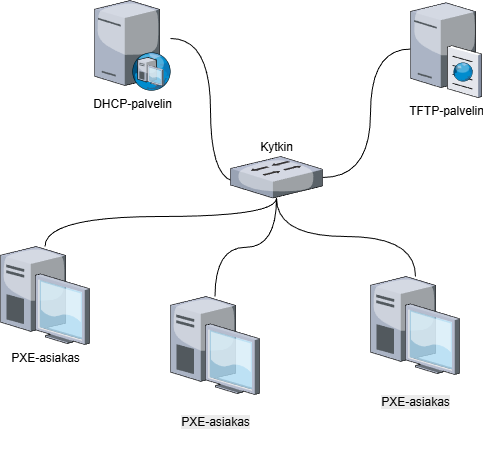
Before: PXEBoot.drawio.png, a diagram exported from draw.io (Raision-seudun-koulutuskuntayhtyma/Verkkoasennus). Source tidied: cells renumbered, new cells last; positions are measured from the earlier drawing's top-left corner, leaving out a move shared by most shapes.
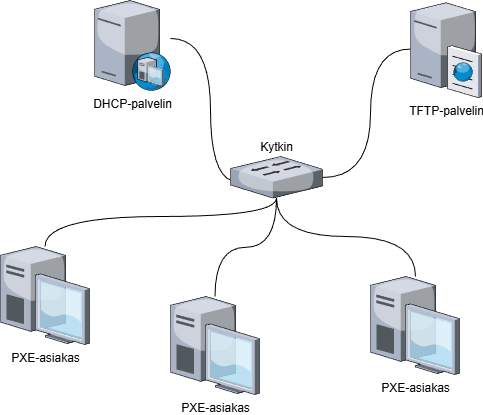
Above is the later version.

Change to the diagram source:
```diff
@@ -19,10 +19,10 @@
     <mxCell id="5" value="PXE-asiakas" style="verticalLabelPosition=bottom;sketch=0;html=1;verticalAlign=top;strokeColor=none;align=center;outlineConnect=0;shape=mxgraph.citrix.desktop;" parent="1" vertex="1">
       <mxGeometry y="246" width="89" height="98" as="geometry" />
     </mxCell>
-    <mxCell id="6" value="&#10;&lt;span style=&quot;color: rgb(0, 0, 0); font-family: Helvetica; font-size: 12px; font-style: normal; font-variant-ligatures: normal; font-variant-caps: normal; font-weight: 400; letter-spacing: normal; orphans: 2; text-align: center; text-indent: 0px; text-transform: none; widows: 2; word-spacing: 0px; -webkit-text-stroke-width: 0px; white-space: nowrap; background-color: rgb(236, 236, 236); text-decoration-thickness: initial; text-decoration-style: initial; text-decoration-color: initial; display: inline !important; float: none;&quot;&gt;PXE-asiakas&lt;/span&gt;&#10;&#10;" style="verticalLabelPosition=bottom;sketch=0;html=1;verticalAlign=top;strokeColor=none;align=center;outlineConnect=0;shape=mxgraph.citrix.desktop;" parent="1" vertex="1">
+    <mxCell id="6" value="PXE-asiakas" style="verticalLabelPosition=bottom;sketch=0;html=1;verticalAlign=top;strokeColor=none;align=center;outlineConnect=0;shape=mxgraph.citrix.desktop;" parent="1" vertex="1">
       <mxGeometry x="170" y="296" width="89" height="98" as="geometry" />
     </mxCell>
-    <mxCell id="7" value="&#10;&lt;span style=&quot;color: rgb(0, 0, 0); font-family: Helvetica; font-size: 12px; font-style: normal; font-variant-ligatures: normal; font-variant-caps: normal; font-weight: 400; letter-spacing: normal; orphans: 2; text-align: center; text-indent: 0px; text-transform: none; widows: 2; word-spacing: 0px; -webkit-text-stroke-width: 0px; white-space: nowrap; background-color: rgb(236, 236, 236); text-decoration-thickness: initial; text-decoration-style: initial; text-decoration-color: initial; display: inline !important; float: none;&quot;&gt;PXE-asiakas&lt;/span&gt;&#10;&#10;" style="verticalLabelPosition=bottom;sketch=0;html=1;verticalAlign=top;strokeColor=none;align=center;outlineConnect=0;shape=mxgraph.citrix.desktop;" parent="1" vertex="1">
+    <mxCell id="7" value="PXE-asiakas" style="verticalLabelPosition=bottom;sketch=0;html=1;verticalAlign=top;strokeColor=none;align=center;outlineConnect=0;shape=mxgraph.citrix.desktop;" parent="1" vertex="1">
       <mxGeometry x="370" y="276" width="89" height="98" as="geometry" />
     </mxCell>
     <mxCell id="8" style="edgeStyle=orthogonalEdgeStyle;rounded=0;jettySize=auto;html=1;entryX=0.078;entryY=0.607;entryDx=0;entryDy=0;entryPerimeter=0;curved=1;endArrow=none;endFill=0;" parent="1" edge="1" source="2" target="12">
```
